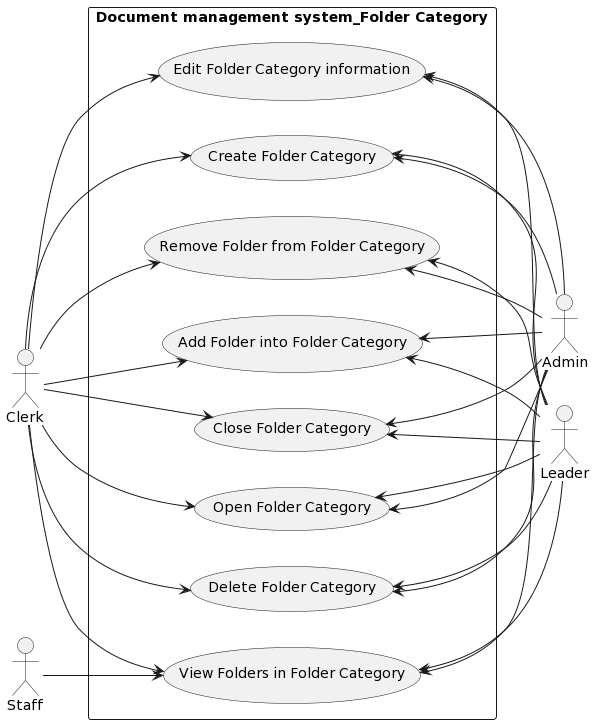
Earlier version of the PlantUML export Lab1/Lab1.2/UseCaseDiagram/Folder Category UseCase/Folder Category UseCase.png (khoapham1003/SE357-Pratice-class). The source it was exported from:
```plantuml
@startuml
left to right direction
skinparam packageStyle rectangle
actor Clerk as Clerk
actor Admin as Admin
actor Staff as Staff
actor Leader as Leader

rectangle "Document management system_Folder Category" {

Admin -up-> (Create Folder Category)
Admin -up-> (Edit Folder Category information)
Admin -up-> (Delete Folder Category)
Admin -up-> (Open Folder Category)
Admin -up-> (Close Folder Category)
Admin -up-> (View Folders in Folder Category)
Admin -up-> (Add Folder into Folder Category)
Admin -up-> (Remove Folder from Folder Category)


Leader -up-> (Create Folder Category)
Leader -up-> (Edit Folder Category information)
Leader -up-> (Delete Folder Category)
Leader -up-> (Open Folder Category)
Leader -up-> (Close Folder Category)
Leader -up-> (View Folders in Folder Category)
Leader -up-> (Add Folder into Folder Category)
Leader -up-> (Remove Folder from Folder Category)


Clerk --> (Create Folder Category)
Clerk --> (Edit Folder Category information)
Clerk --> (Delete Folder Category)
Clerk --> (Open Folder Category)
Clerk --> (Close Folder Category)
Clerk --> (View Folders in Folder Category)
Clerk --> (Add Folder into Folder Category)
Clerk --> (Remove Folder from Folder Category)

Staff --> (View Folders in Folder Category)

}
@enduml
```
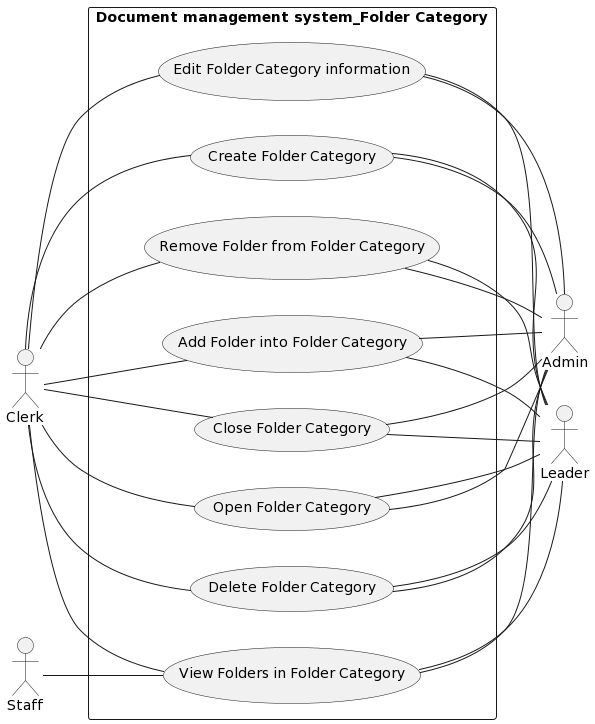
Above is the later version.

The edit, as a diff of the source:
```diff
@@ -8,36 +8,36 @@
 
 rectangle "Document management system_Folder Category" {
 
-Admin -up-> (Create Folder Category)
-Admin -up-> (Edit Folder Category information)
-Admin -up-> (Delete Folder Category)
-Admin -up-> (Open Folder Category)
-Admin -up-> (Close Folder Category)
-Admin -up-> (View Folders in Folder Category)
-Admin -up-> (Add Folder into Folder Category)
-Admin -up-> (Remove Folder from Folder Category)
+Admin -up- (Create Folder Category)
+Admin -up- (Edit Folder Category information)
+Admin -up- (Delete Folder Category)
+Admin -up- (Open Folder Category)
+Admin -up- (Close Folder Category)
+Admin -up- (View Folders in Folder Category)
+Admin -up- (Add Folder into Folder Category)
+Admin -up- (Remove Folder from Folder Category)
 
 
-Leader -up-> (Create Folder Category)
-Leader -up-> (Edit Folder Category information)
-Leader -up-> (Delete Folder Category)
-Leader -up-> (Open Folder Category)
-Leader -up-> (Close Folder Category)
-Leader -up-> (View Folders in Folder Category)
-Leader -up-> (Add Folder into Folder Category)
-Leader -up-> (Remove Folder from Folder Category)
+Leader -up- (Create Folder Category)
+Leader -up- (Edit Folder Category information)
+Leader -up- (Delete Folder Category)
+Leader -up- (Open Folder Category)
+Leader -up- (Close Folder Category)
+Leader -up- (View Folders in Folder Category)
+Leader -up- (Add Folder into Folder Category)
+Leader -up- (Remove Folder from Folder Category)
 
 
-Clerk --> (Create Folder Category)
-Clerk --> (Edit Folder Category information)
-Clerk --> (Delete Folder Category)
-Clerk --> (Open Folder Category)
-Clerk --> (Close Folder Category)
-Clerk --> (View Folders in Folder Category)
-Clerk --> (Add Folder into Folder Category)
-Clerk --> (Remove Folder from Folder Category)
+Clerk -- (Create Folder Category)
+Clerk -- (Edit Folder Category information)
+Clerk -- (Delete Folder Category)
+Clerk -- (Open Folder Category)
+Clerk -- (Close Folder Category)
+Clerk -- (View Folders in Folder Category)
+Clerk -- (Add Folder into Folder Category)
+Clerk -- (Remove Folder from Folder Category)
 
-Staff --> (View Folders in Folder Category)
+Staff -- (View Folders in Folder Category)
 
 }
 @enduml
```
